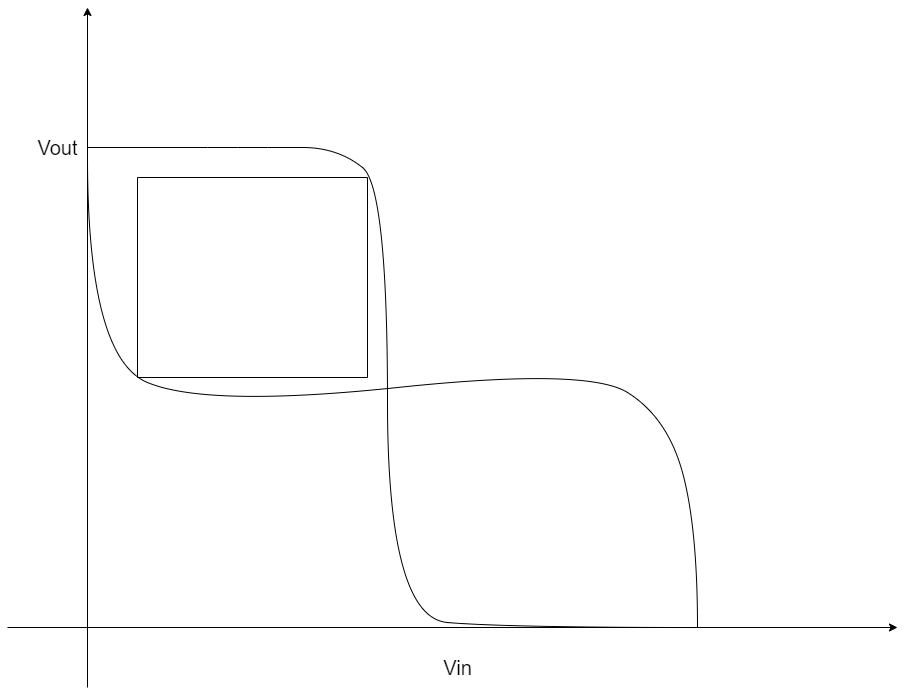
Before: Images/SNM.png, a diagram exported from draw.io (Khadgaray/6T_SRAM). Source tidied: cells renumbered, new cells last; positions are measured from the earlier drawing's top-left corner, leaving out a move shared by most shapes.
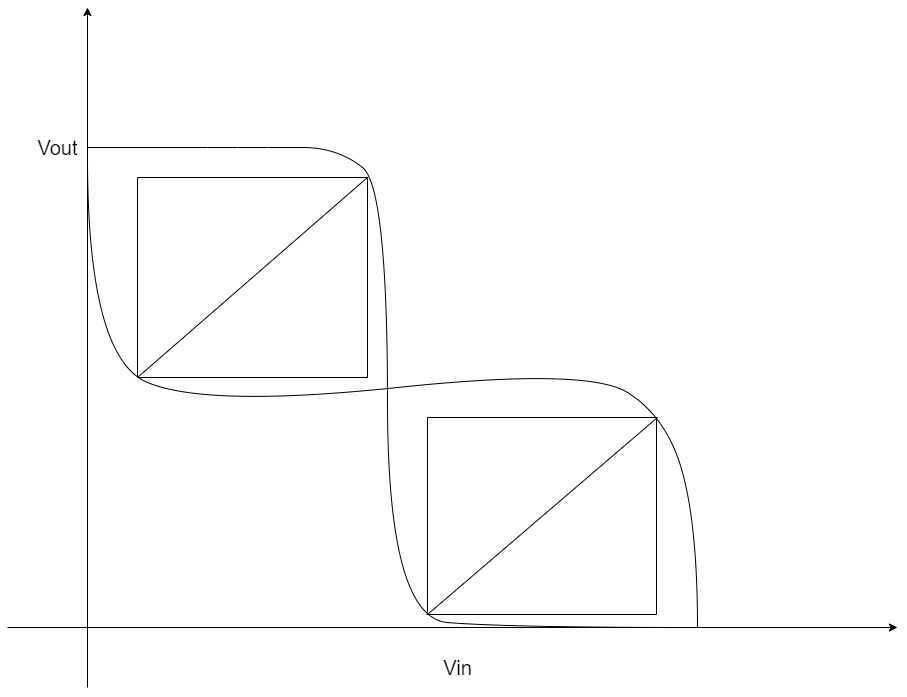
The same file after the commit.

Change to the diagram source:
```diff
@@ -49,8 +49,8 @@
     </mxCell>
     <mxCell id="8" style="endArrow=none;html=1;fontSize=7;verticalAlign=middle;" parent="1" edge="1">
       <mxGeometry relative="1" as="geometry">
-        <mxPoint x="130" y="170" as="sourcePoint" />
-        <mxPoint x="360" y="170" as="targetPoint" />
+        <mxPoint x="360" y="170" as="sourcePoint" />
+        <mxPoint x="130" y="170" as="targetPoint" />
       </mxGeometry>
     </mxCell>
     <mxCell id="9" style="endArrow=none;html=1;fontSize=7;verticalAlign=middle;" parent="1" edge="1">
@@ -71,5 +71,41 @@
         <mxPoint x="360" y="370" as="targetPoint" />
       </mxGeometry>
     </mxCell>
+    <mxCell id="12" style="endArrow=none;html=1;fontSize=7;verticalAlign=middle;" parent="1" edge="1">
+      <mxGeometry relative="1" as="geometry">
+        <mxPoint x="420" y="410" as="sourcePoint" />
+        <mxPoint x="650" y="410" as="targetPoint" />
+      </mxGeometry>
+    </mxCell>
+    <mxCell id="13" style="endArrow=none;html=1;fontSize=7;verticalAlign=middle;" parent="1" edge="1">
+      <mxGeometry relative="1" as="geometry">
+        <mxPoint x="420" y="410" as="sourcePoint" />
+        <mxPoint x="420" y="605" as="targetPoint" />
+      </mxGeometry>
+    </mxCell>
+    <mxCell id="14" style="endArrow=none;html=1;fontSize=7;verticalAlign=middle;" parent="1" edge="1">
+      <mxGeometry relative="1" as="geometry">
+        <mxPoint x="419" y="607" as="sourcePoint" />
+        <mxPoint x="649" y="607" as="targetPoint" />
+      </mxGeometry>
+    </mxCell>
+    <mxCell id="15" style="endArrow=none;html=1;fontSize=7;verticalAlign=middle;rounded=0;" parent="1" edge="1">
+      <mxGeometry relative="1" as="geometry">
+        <mxPoint x="649" y="410" as="sourcePoint" />
+        <mxPoint x="649" y="607" as="targetPoint" />
+      </mxGeometry>
+    </mxCell>
+    <mxCell id="16" style="endArrow=none;html=1;fontSize=7;verticalAlign=middle;" parent="1" edge="1">
+      <mxGeometry relative="1" as="geometry">
+        <mxPoint x="130" y="370" as="sourcePoint" />
+        <mxPoint x="360" y="170" as="targetPoint" />
+      </mxGeometry>
+    </mxCell>
+    <mxCell id="17" style="endArrow=none;html=1;fontSize=7;verticalAlign=middle;" parent="1" edge="1">
+      <mxGeometry relative="1" as="geometry">
+        <mxPoint x="420" y="607" as="sourcePoint" />
+        <mxPoint x="650" y="410" as="targetPoint" />
+      </mxGeometry>
+    </mxCell>
   </root>
 </mxGraphModel>
```
